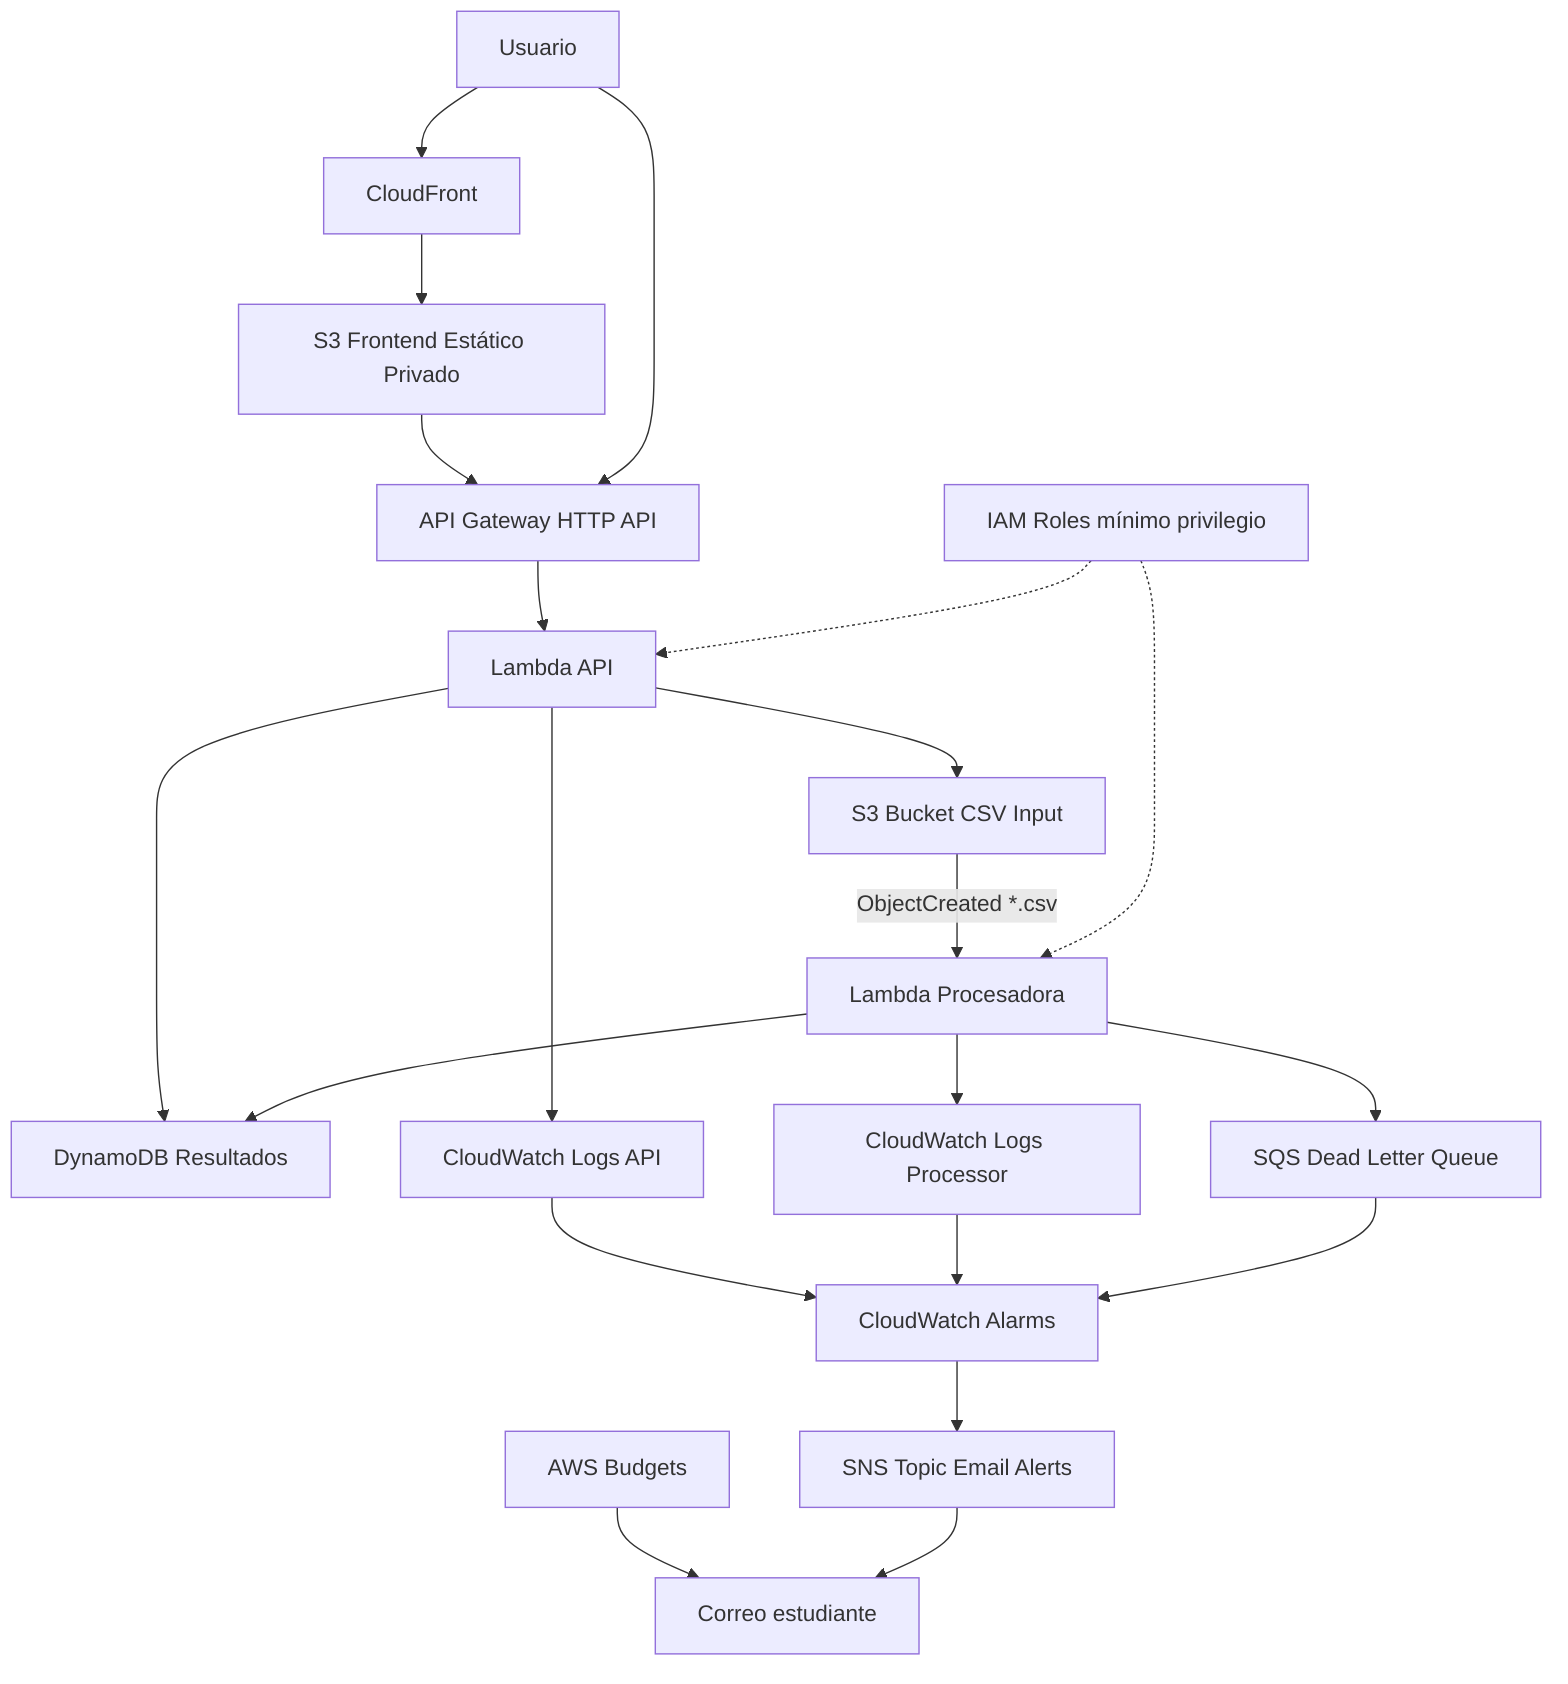
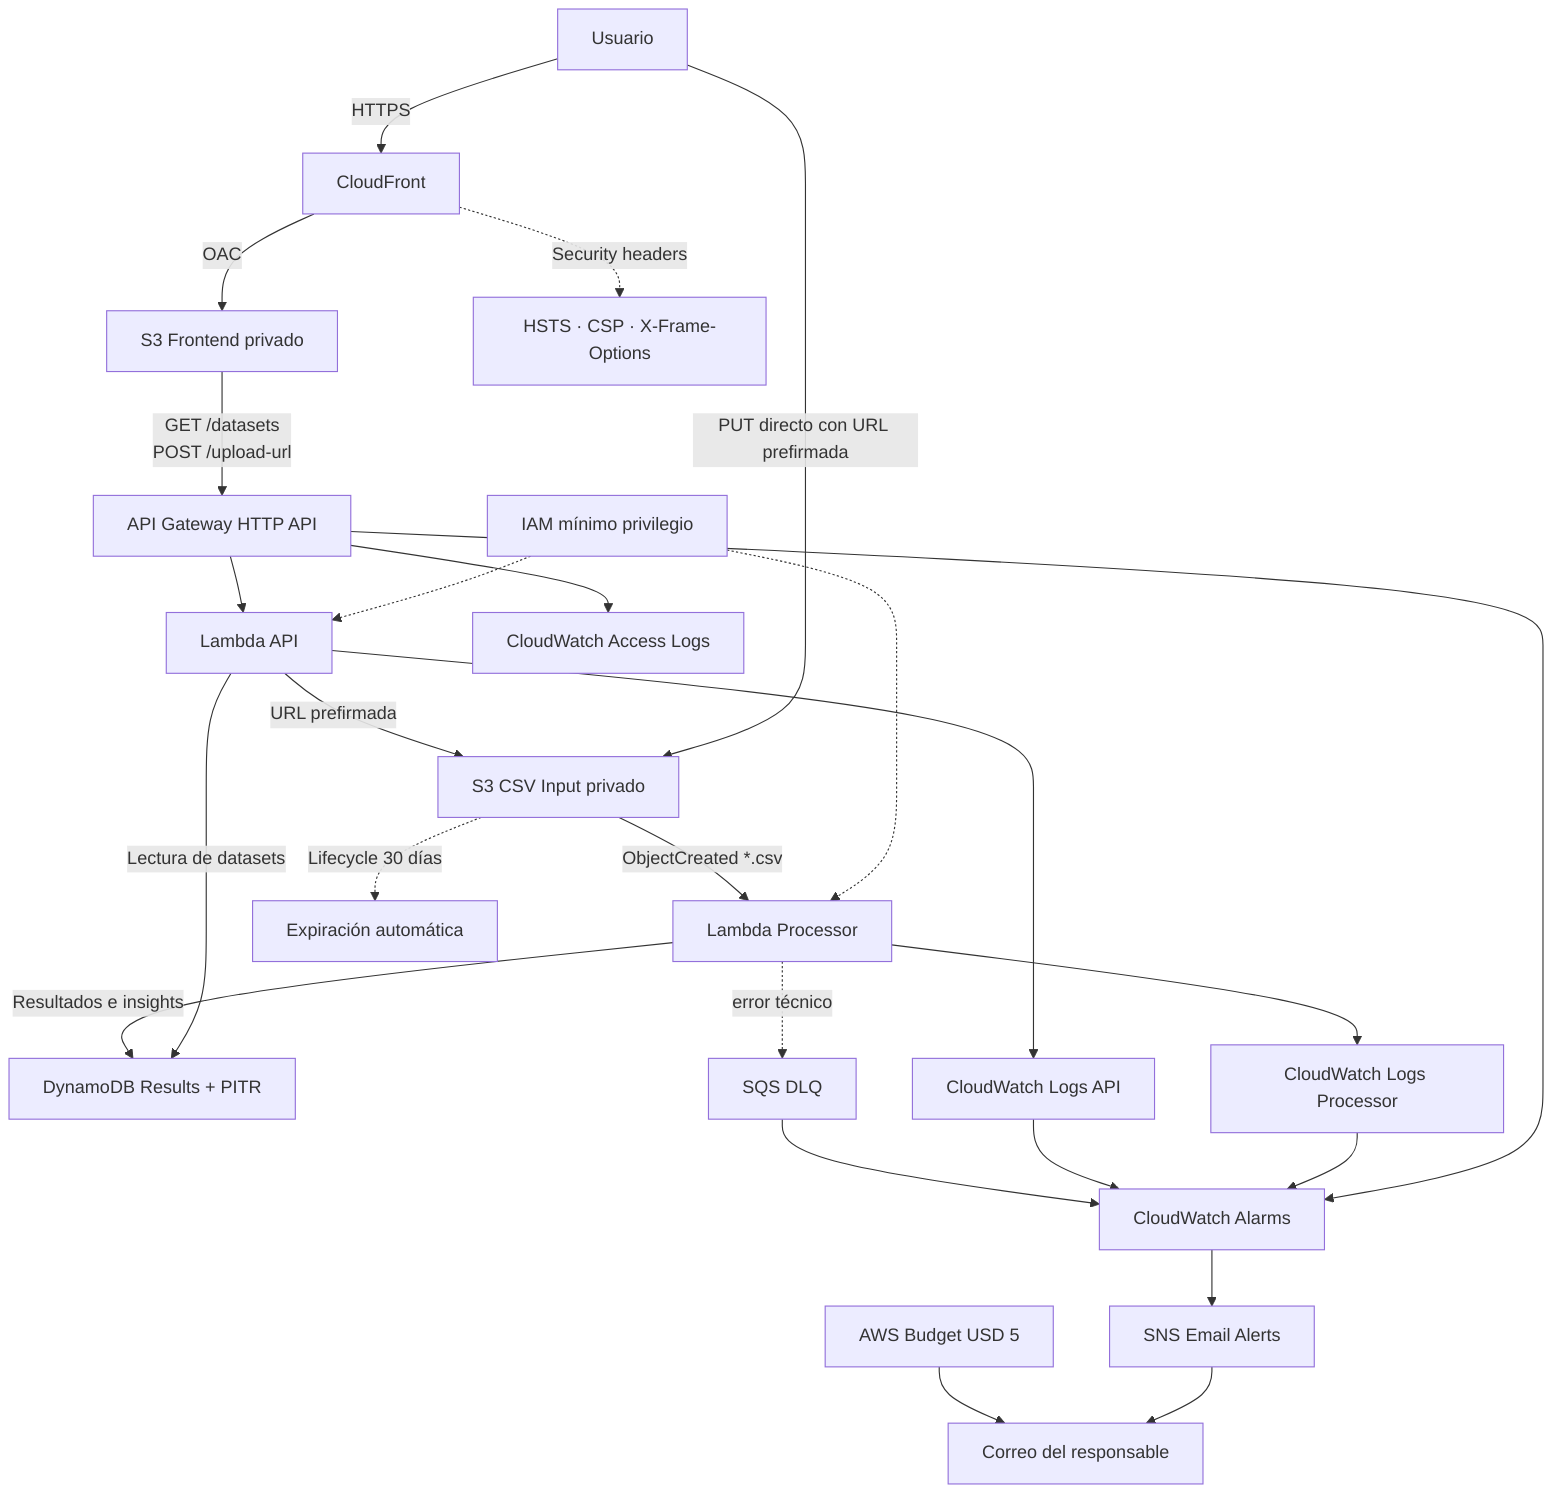
- ﻿flowchart TD
-     U[Usuario] --> CF[CloudFront]
-     CF --> FE[S3 Frontend Estático Privado]
+ flowchart TD
+     U[Usuario] -->|HTTPS| CF[CloudFront]
+     CF -->|OAC| FE[S3 Frontend privado]

-     FE --> API[API Gateway HTTP API]
-     U --> API
+     FE -->|GET /datasets<br/>POST /upload-url| APIGW[API Gateway HTTP API]
+     APIGW --> LAPI[Lambda API]

-     API --> LAPI[Lambda API]
-     LAPI --> DDB[DynamoDB Resultados]
-     LAPI --> S3IN[S3 Bucket CSV Input]
+     LAPI -->|URL prefirmada| S3IN[S3 CSV Input privado]
+     U -->|PUT directo con URL prefirmada| S3IN

-     S3IN -->|ObjectCreated *.csv| LPROC[Lambda Procesadora]
-     LPROC --> DDB
-     LPROC --> DLQ[SQS Dead Letter Queue]
+     S3IN -->|ObjectCreated *.csv| LPROC[Lambda Processor]
+     LPROC -->|Resultados e insights| DDB[DynamoDB Results + PITR]
+     LAPI -->|Lectura de datasets| DDB

+     LPROC -. error técnico .-> DLQ[SQS DLQ]
+ 
+     APIGW --> APILOG[CloudWatch Access Logs]
    LAPI --> CWAPI[CloudWatch Logs API]
    LPROC --> CWPROC[CloudWatch Logs Processor]
+     DLQ --> ALARMS[CloudWatch Alarms]
+     CWAPI --> ALARMS
+     CWPROC --> ALARMS
+     APIGW --> ALARMS

-     CWAPI --> ALARMS[CloudWatch Alarms]
-     CWPROC --> ALARMS
-     DLQ --> ALARMS
- 
-     ALARMS --> SNS[SNS Topic Email Alerts]
-     BUDGET[AWS Budgets] --> EMAIL[Correo estudiante]
+     ALARMS --> SNS[SNS Email Alerts]
+     BUDGET[AWS Budget USD 5] --> EMAIL[Correo del responsable]
    SNS --> EMAIL

-     IAM[IAM Roles mínimo privilegio] -.-> LAPI
-     IAM -.-> LPROC+     IAM[IAM mínimo privilegio] -.-> LAPI
+     IAM -.-> LPROC
+ 
+     S3IN -. Lifecycle 30 días .-> EXP[Expiración automática]
+     CF -. Security headers .-> SEC[HSTS · CSP · X-Frame-Options]
